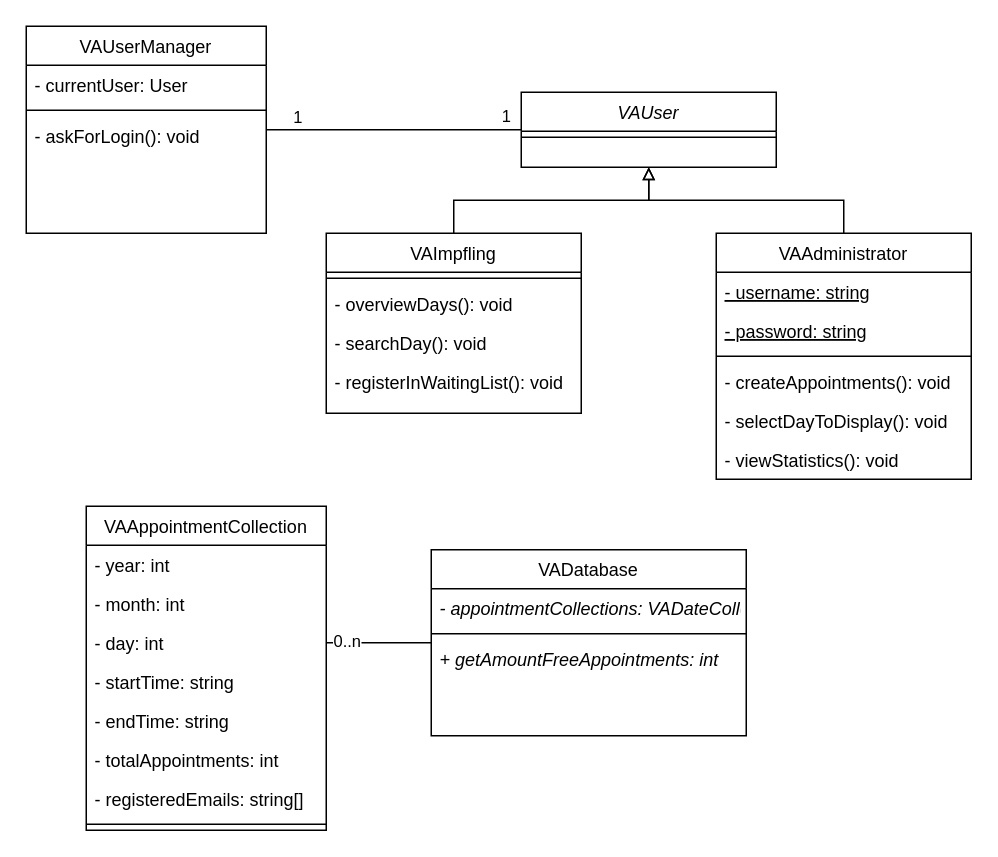
The draw.io diagram UML/VAClassDiagram.drawio in CalvinDO/SoftwareDesignEndabgabe, before the edit. Source tidied: cells renumbered, new cells numbered last; positions are measured from the earlier drawing's top-left corner, leaving out a move shared by most shapes. Both pictures are drawn from the tidied source at 150%, with x=0, y=0 at pixel (26, 26).
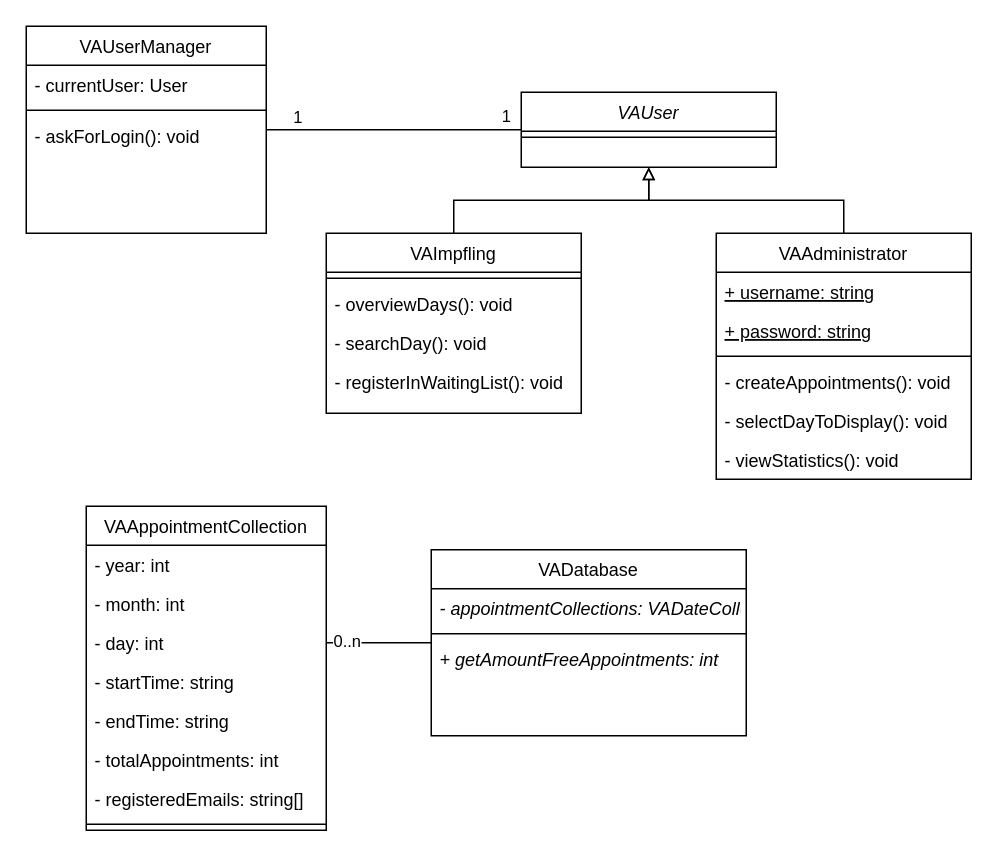
The same diagram, later.

Unchanged cells that the change refers to:
```xml
<mxCell id="23" value="VAAdministrator" style="swimlane;fontStyle=0;align=center;verticalAlign=top;horizontal=1;startSize=26;rounded=0;shadow=0;strokeWidth=1;" parent="1" vertex="1">
  <mxGeometry x="460" y="138" width="170" height="164" as="geometry" />
</mxCell>
```

What changed in the source:
```diff
@@
-    <mxCell id="24" value="- username: string" style="text;align=left;verticalAlign=top;spacingLeft=4;spacingRight=4;overflow=hidden;fontStyle=4;" parent="23" vertex="1">
+    <mxCell id="24" value="+ username: string" style="text;align=left;verticalAlign=top;spacingLeft=4;spacingRight=4;overflow=hidden;fontStyle=4;" parent="23" vertex="1">
       <mxGeometry y="26" width="170" height="26" as="geometry" />
     </mxCell>
-    <mxCell id="25" value="- password: string" style="text;align=left;verticalAlign=top;spacingLeft=4;spacingRight=4;overflow=hidden;fontStyle=4;" parent="23" vertex="1">
+    <mxCell id="25" value="+ password: string" style="text;align=left;verticalAlign=top;spacingLeft=4;spacingRight=4;overflow=hidden;fontStyle=4;" parent="23" vertex="1">
       <mxGeometry y="52" width="170" height="26" as="geometry" />
     </mxCell>
```
